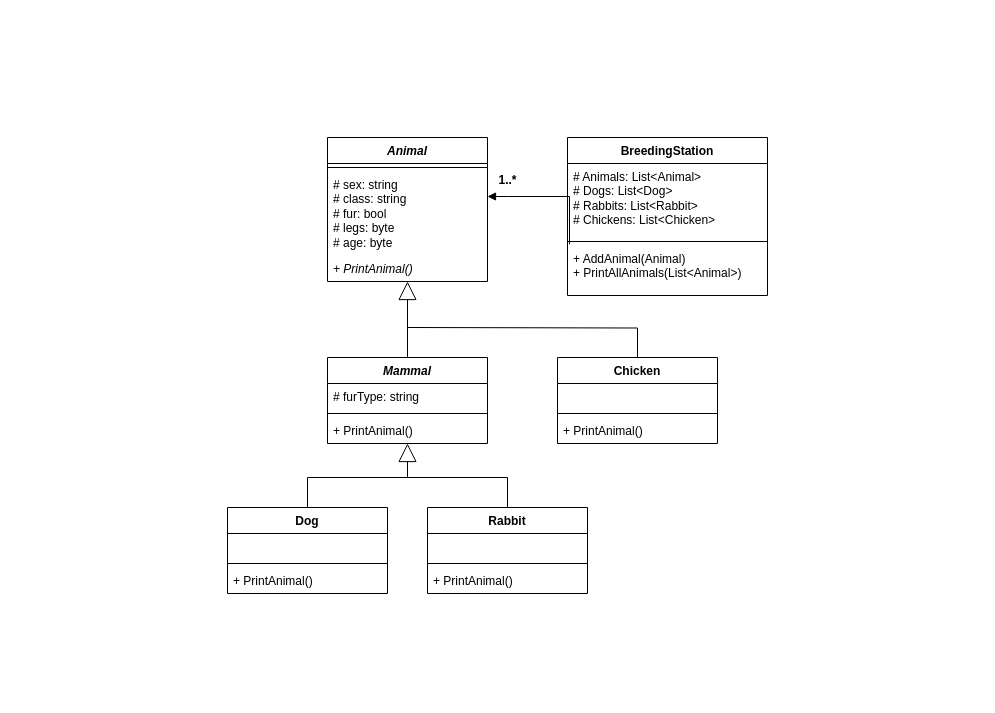
This is Opdrætterstation/opdrætterstation.drawio from rgammelby/OOP, a draw.io file, before an edit. Source tidied: cells renumbered, new cells numbered last; positions are measured from the earlier drawing's top-left corner, leaving out a move shared by most shapes. Both pictures are drawn from the tidied source at 100%, with x=0, y=0 at pixel (227, 137).
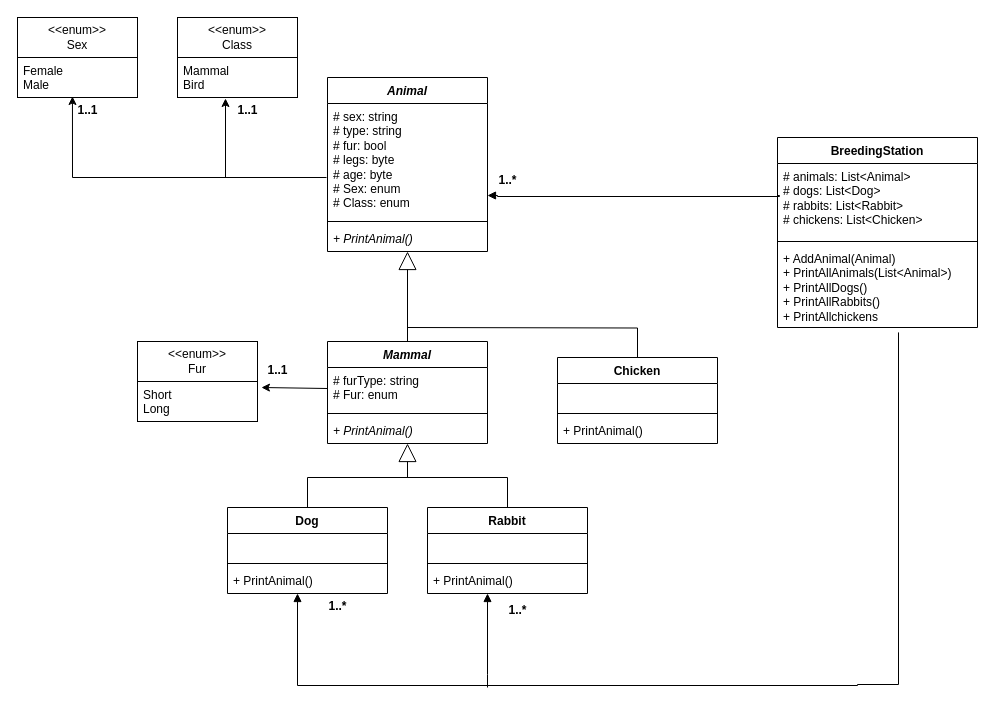
After the change.

Change to the diagram source:
```diff
@@
-    <mxCell id="2" value="&lt;i&gt;Animal&lt;/i&gt;" style="swimlane;fontStyle=1;align=center;verticalAlign=top;horizontal=1;startSize=26;whiteSpace=wrap;html=1;" parent="1" vertex="1">
-      <mxGeometry x="100" width="160" height="144" as="geometry" />
-    </mxCell>
-    <mxCell id="3" style="line;strokeWidth=1;fillColor=none;align=left;verticalAlign=middle;spacingTop=-1;spacingLeft=3;spacingRight=3;labelPosition=right;strokeColor=inherit;" parent="2" vertex="1">
-      <mxGeometry y="26" width="160" height="8" as="geometry" />
-    </mxCell>
-    <mxCell id="4" value="# sex: string&lt;br&gt;# class: string&lt;br style=&quot;border-color: var(--border-color);&quot;&gt;# fur: bool&lt;br&gt;# legs: byte&lt;br&gt;# age: byte" style="text;strokeColor=none;fillColor=none;align=left;verticalAlign=top;spacingLeft=4;spacingRight=4;overflow=hidden;points=[[0,0.5],[1,0.5]];portConstraint=eastwest;whiteSpace=wrap;html=1;" parent="2" vertex="1">
-      <mxGeometry y="34" width="160" height="84" as="geometry" />
-    </mxCell>
-    <mxCell id="5" value="&lt;i&gt;+ PrintAnimal()&lt;/i&gt;" style="text;strokeColor=none;fillColor=none;align=left;verticalAlign=top;spacingLeft=4;spacingRight=4;overflow=hidden;points=[[0,0.5],[1,0.5]];portConstraint=eastwest;whiteSpace=wrap;html=1;" parent="2" vertex="1">
-      <mxGeometry y="118" width="160" height="26" as="geometry" />
-    </mxCell>
     <mxCell id="6" value="&lt;i&gt;Mammal&lt;/i&gt;" style="swimlane;fontStyle=1;align=center;verticalAlign=top;horizontal=1;startSize=26;whiteSpace=wrap;html=1;" parent="1" vertex="1">
-      <mxGeometry x="100" y="220" width="160" height="86" as="geometry" />
+      <mxGeometry x="100" y="204" width="160" height="102" as="geometry" />
     </mxCell>
-    <mxCell id="7" value="# furType: string" style="text;strokeColor=none;fillColor=none;align=left;verticalAlign=top;spacingLeft=4;spacingRight=4;overflow=hidden;points=[[0,0.5],[1,0.5]];portConstraint=eastwest;whiteSpace=wrap;html=1;" parent="6" vertex="1">
-      <mxGeometry y="26" width="160" height="26" as="geometry" />
+    <mxCell id="7" value="&lt;div&gt;# furType: string&lt;/div&gt;&lt;div&gt;# Fur: enum&lt;br&gt;&lt;/div&gt;" style="text;strokeColor=none;fillColor=none;align=left;verticalAlign=top;spacingLeft=4;spacingRight=4;overflow=hidden;points=[[0,0.5],[1,0.5]];portConstraint=eastwest;whiteSpace=wrap;html=1;" parent="6" vertex="1">
+      <mxGeometry y="26" width="160" height="42" as="geometry" />
     </mxCell>
     <mxCell id="8" style="line;strokeWidth=1;fillColor=none;align=left;verticalAlign=middle;spacingTop=-1;spacingLeft=3;spacingRight=3;labelPosition=right;strokeColor=inherit;" parent="6" vertex="1">
-      <mxGeometry y="52" width="160" height="8" as="geometry" />
+      <mxGeometry y="68" width="160" height="8" as="geometry" />
     </mxCell>
-    <mxCell id="9" value="+ PrintAnimal()" style="text;strokeColor=none;fillColor=none;align=left;verticalAlign=top;spacingLeft=4;spacingRight=4;overflow=hidden;points=[[0,0.5],[1,0.5]];portConstraint=eastwest;whiteSpace=wrap;html=1;" parent="6" vertex="1">
-      <mxGeometry y="60" width="160" height="26" as="geometry" />
+    <mxCell id="9" value="&lt;i&gt;+ PrintAnimal()&lt;/i&gt;" style="text;strokeColor=none;fillColor=none;align=left;verticalAlign=top;spacingLeft=4;spacingRight=4;overflow=hidden;points=[[0,0.5],[1,0.5]];portConstraint=eastwest;whiteSpace=wrap;html=1;" parent="6" vertex="1">
+      <mxGeometry y="76" width="160" height="26" as="geometry" />
     </mxCell>
     <mxCell id="10" value="BreedingStation" style="swimlane;fontStyle=1;align=center;verticalAlign=top;horizontal=1;startSize=26;whiteSpace=wrap;html=1;" parent="1" vertex="1">
-      <mxGeometry x="340" width="200" height="158" as="geometry" />
+      <mxGeometry x="550" width="200" height="190" as="geometry" />
     </mxCell>
-    <mxCell id="11" value="# Animals: List&amp;lt;Animal&amp;gt;&lt;br&gt;# Dogs: List&amp;lt;Dog&amp;gt;&lt;br&gt;# Rabbits: List&amp;lt;Rabbit&amp;gt;&lt;br&gt;# Chickens: List&amp;lt;Chicken&amp;gt;" style="text;strokeColor=none;fillColor=none;align=left;verticalAlign=top;spacingLeft=4;spacingRight=4;overflow=hidden;whiteSpace=wrap;html=1;" parent="10" vertex="1">
+    <mxCell id="11" value="# animals: List&amp;lt;Animal&amp;gt;&lt;br&gt;# dogs: List&amp;lt;Dog&amp;gt;&lt;br&gt;# rabbits: List&amp;lt;Rabbit&amp;gt;&lt;br&gt;# chickens: List&amp;lt;Chicken&amp;gt;" style="text;strokeColor=none;fillColor=none;align=left;verticalAlign=top;spacingLeft=4;spacingRight=4;overflow=hidden;whiteSpace=wrap;html=1;" parent="10" vertex="1">
       <mxGeometry y="26" width="200" height="74" as="geometry" />
     </mxCell>
@@
-    <mxCell id="13" value="+ AddAnimal(Animal)&lt;br&gt;+ PrintAllAnimals(List&amp;lt;Animal&amp;gt;)" style="text;strokeColor=none;fillColor=none;align=left;verticalAlign=top;spacingLeft=4;spacingRight=4;overflow=hidden;points=[[0,0.5],[1,0.5]];portConstraint=eastwest;whiteSpace=wrap;html=1;" parent="10" vertex="1">
-      <mxGeometry y="108" width="200" height="50" as="geometry" />
+    <mxCell id="13" value="+ AddAnimal(Animal)&lt;br&gt;&lt;div&gt;+ PrintAllAnimals(List&amp;lt;Animal&amp;gt;)&lt;/div&gt;&lt;div&gt;+ PrintAllDogs()&lt;/div&gt;&lt;div&gt;+ PrintAllRabbits()&lt;/div&gt;&lt;div&gt;+ PrintAllchickens&lt;br&gt;&lt;/div&gt;" style="text;strokeColor=none;fillColor=none;align=left;verticalAlign=top;spacingLeft=4;spacingRight=4;overflow=hidden;points=[[0,0.5],[1,0.5]];portConstraint=eastwest;whiteSpace=wrap;html=1;" parent="10" vertex="1">
+      <mxGeometry y="108" width="200" height="82" as="geometry" />
     </mxCell>
-    <mxCell id="14" style="endArrow=block;endSize=16;endFill=0;html=1;rounded=0;exitX=0.5;exitY=0;exitDx=0;exitDy=0;" parent="1" edge="1" source="6" target="5">
+    <mxCell id="14" style="endArrow=block;endSize=16;endFill=0;html=1;rounded=0;exitX=0.5;exitY=0;exitDx=0;exitDy=0;entryX=0.5;entryY=1;entryDx=0;entryDy=0;" parent="1" edge="1" source="6" target="2">
       <mxGeometry relative="1" as="geometry" />
     </mxCell>
-    <mxCell id="15" style="endArrow=block;endFill=1;html=1;edgeStyle=orthogonalEdgeStyle;align=left;verticalAlign=top;rounded=0;exitX=0.01;exitY=-0.024;exitDx=0;exitDy=0;exitPerimeter=0;" parent="1" edge="1" source="13" target="4">
+    <mxCell id="15" style="endArrow=block;endFill=1;html=1;edgeStyle=orthogonalEdgeStyle;align=left;verticalAlign=top;rounded=0;entryX=1;entryY=0.5;entryDx=0;entryDy=0;" parent="1" edge="1">
       <mxGeometry x="-1" relative="1" as="geometry">
+        <mxPoint x="550" y="58" as="sourcePoint" />
+        <mxPoint x="260" y="58" as="targetPoint" />
         <Array as="points">
-          <mxPoint x="280" y="59" />
-          <mxPoint x="280" y="59" />
+          <mxPoint x="552" y="59" />
+          <mxPoint x="270" y="59" />
+          <mxPoint x="270" y="58" />
         </Array>
       </mxGeometry>
     </mxCell>
@@
+    <mxCell id="32" style="endArrow=block;endFill=1;html=1;edgeStyle=orthogonalEdgeStyle;align=left;verticalAlign=top;rounded=0;exitX=0.605;exitY=1.06;exitDx=0;exitDy=0;exitPerimeter=0;" parent="1" edge="1" source="13">
+      <mxGeometry x="-1" relative="1" as="geometry">
+        <mxPoint x="70" y="456" as="targetPoint" />
+        <Array as="points">
+          <mxPoint x="671" y="547" />
+          <mxPoint x="630" y="547" />
+          <mxPoint x="630" y="548" />
+          <mxPoint x="70" y="548" />
+        </Array>
+      </mxGeometry>
+    </mxCell>
+    <mxCell id="33" value="1..*" style="text;align=center;fontStyle=1;verticalAlign=middle;spacingLeft=3;spacingRight=3;strokeColor=none;html=1;" parent="1" vertex="1">
+      <mxGeometry x="70" y="456" width="80" height="26" as="geometry" />
+    </mxCell>
+    <mxCell id="34" style="endArrow=block;endFill=1;html=1;edgeStyle=orthogonalEdgeStyle;align=left;verticalAlign=top;rounded=0;entryX=0.431;entryY=1.038;entryDx=0;entryDy=0;entryPerimeter=0;" parent="1" edge="1">
+      <mxGeometry x="-1" relative="1" as="geometry">
+        <mxPoint x="260" y="550" as="sourcePoint" />
+        <mxPoint x="260" y="456" as="targetPoint" />
+        <Array as="points">
+          <mxPoint x="260" y="537" />
+        </Array>
+      </mxGeometry>
+    </mxCell>
+    <mxCell id="35" value="1..*" style="text;align=center;fontStyle=1;verticalAlign=middle;spacingLeft=3;spacingRight=3;strokeColor=none;html=1;" parent="1" vertex="1">
+      <mxGeometry x="250" y="460" width="80" height="26" as="geometry" />
+    </mxCell>
+    <mxCell id="36" value="&lt;div&gt;&amp;lt;&amp;lt;enum&amp;gt;&amp;gt;&lt;/div&gt;&lt;div&gt;Sex&lt;br&gt;&lt;/div&gt;" style="html=1;whiteSpace=wrap;" parent="1" vertex="1">
+      <mxGeometry x="-210" y="-120" width="120" height="40" as="geometry" />
+    </mxCell>
+    <mxCell id="37" value="&lt;div&gt;&amp;lt;&amp;lt;enum&amp;gt;&amp;gt;&lt;/div&gt;&lt;div&gt;Fur&lt;br&gt;&lt;/div&gt;" style="html=1;whiteSpace=wrap;" parent="1" vertex="1">
+      <mxGeometry x="-90" y="204" width="120" height="40" as="geometry" />
+    </mxCell>
+    <mxCell id="38" value="&lt;div&gt;&amp;lt;&amp;lt;enum&amp;gt;&amp;gt;&lt;/div&gt;&lt;div&gt;Class&lt;br&gt;&lt;/div&gt;" style="html=1;whiteSpace=wrap;" parent="1" vertex="1">
+      <mxGeometry x="-50" y="-120" width="120" height="40" as="geometry" />
+    </mxCell>
+    <mxCell id="39" value="&lt;div&gt;Female&lt;/div&gt;&lt;div&gt;Male&lt;br&gt;&lt;/div&gt;" style="text;strokeColor=default;fillColor=none;align=left;verticalAlign=top;spacingLeft=4;spacingRight=4;overflow=hidden;points=[[0,0.5],[1,0.5]];portConstraint=eastwest;whiteSpace=wrap;html=1;" parent="1" vertex="1">
+      <mxGeometry x="-210" y="-80" width="120" height="40" as="geometry" />
+    </mxCell>
+    <mxCell id="40" value="&lt;div&gt;Mammal&lt;/div&gt;&lt;div&gt;Bird&lt;br&gt;&lt;/div&gt;" style="text;strokeColor=default;fillColor=none;align=left;verticalAlign=top;spacingLeft=4;spacingRight=4;overflow=hidden;points=[[0,0.5],[1,0.5]];portConstraint=eastwest;whiteSpace=wrap;html=1;" parent="1" vertex="1">
+      <mxGeometry x="-50" y="-80" width="120" height="40" as="geometry" />
+    </mxCell>
+    <mxCell id="41" value="&lt;div&gt;Short&lt;/div&gt;&lt;div&gt;Long&lt;br&gt;&lt;/div&gt;" style="text;strokeColor=default;fillColor=none;align=left;verticalAlign=top;spacingLeft=4;spacingRight=4;overflow=hidden;points=[[0,0.5],[1,0.5]];portConstraint=eastwest;whiteSpace=wrap;html=1;" parent="1" vertex="1">
+      <mxGeometry x="-90" y="244" width="120" height="40" as="geometry" />
+    </mxCell>
+    <mxCell id="42" style="endArrow=classic;html=1;rounded=0;entryX=0.458;entryY=0.975;entryDx=0;entryDy=0;entryPerimeter=0;exitX=-0.006;exitY=0.333;exitDx=0;exitDy=0;exitPerimeter=0;" parent="1" edge="1" target="39">
+      <mxGeometry relative="1" as="geometry">
+        <mxPoint x="99" y="40" as="sourcePoint" />
+        <Array as="points">
+          <mxPoint x="-155" y="40" />
+        </Array>
+      </mxGeometry>
+    </mxCell>
+    <mxCell id="43" style="endArrow=classic;html=1;rounded=0;entryX=0.4;entryY=1.025;entryDx=0;entryDy=0;entryPerimeter=0;" parent="1" edge="1" target="40">
+      <mxGeometry relative="1" as="geometry">
+        <mxPoint x="-2" y="40" as="sourcePoint" />
+      </mxGeometry>
+    </mxCell>
+    <mxCell id="44" value="1..1" style="text;align=center;fontStyle=1;verticalAlign=middle;spacingLeft=3;spacingRight=3;strokeColor=none;html=1;" parent="1" vertex="1">
+      <mxGeometry x="-180" y="-40" width="80" height="26" as="geometry" />
+    </mxCell>
+    <mxCell id="45" value="1..1" style="text;align=center;fontStyle=1;verticalAlign=middle;spacingLeft=3;spacingRight=3;strokeColor=none;html=1;" parent="1" vertex="1">
+      <mxGeometry x="-20" y="-40" width="80" height="26" as="geometry" />
+    </mxCell>
+    <mxCell id="46" style="endArrow=classic;html=1;rounded=0;entryX=1.033;entryY=0.15;entryDx=0;entryDy=0;entryPerimeter=0;exitX=0;exitY=0.5;exitDx=0;exitDy=0;" parent="1" edge="1" source="7" target="41">
+      <mxGeometry relative="1" as="geometry" />
+    </mxCell>
+    <mxCell id="47" value="1..1" style="text;align=center;fontStyle=1;verticalAlign=middle;spacingLeft=3;spacingRight=3;strokeColor=none;html=1;" parent="1" vertex="1">
+      <mxGeometry x="10" y="220" width="80" height="26" as="geometry" />
+    </mxCell>
+    <mxCell id="2" value="&lt;i&gt;Animal&lt;/i&gt;" style="swimlane;fontStyle=1;align=center;verticalAlign=top;horizontal=1;startSize=26;whiteSpace=wrap;html=1;" parent="1" vertex="1">
+      <mxGeometry x="100" y="-60" width="160" height="174" as="geometry" />
+    </mxCell>
+    <mxCell id="48" value="# sex: string&lt;br&gt;# type: string&lt;br style=&quot;border-color: var(--border-color);&quot;&gt;# fur: bool&lt;br&gt;# legs: byte&lt;br&gt;&lt;div&gt;# age: byte&lt;/div&gt;&lt;div&gt;# Sex: enum&lt;/div&gt;&lt;div&gt;# Class: enum&lt;br&gt;&lt;/div&gt;" style="text;strokeColor=none;fillColor=none;align=left;verticalAlign=top;spacingLeft=4;spacingRight=4;overflow=hidden;whiteSpace=wrap;html=1;" parent="2" vertex="1">
+      <mxGeometry y="26" width="160" height="114" as="geometry" />
+    </mxCell>
+    <mxCell id="49" style="line;strokeWidth=1;fillColor=none;align=left;verticalAlign=middle;spacingTop=-1;spacingLeft=3;spacingRight=3;labelPosition=right;strokeColor=inherit;" parent="2" vertex="1">
+      <mxGeometry y="140" width="160" height="8" as="geometry" />
+    </mxCell>
+    <mxCell id="5" value="&lt;i&gt;+ PrintAnimal()&lt;br&gt;&lt;/i&gt;" style="text;strokeColor=none;fillColor=none;align=left;verticalAlign=top;spacingLeft=4;spacingRight=4;overflow=hidden;points=[[0,0.5],[1,0.5]];portConstraint=eastwest;whiteSpace=wrap;html=1;" parent="2" vertex="1">
+      <mxGeometry y="148" width="160" height="26" as="geometry" />
+    </mxCell>
```
